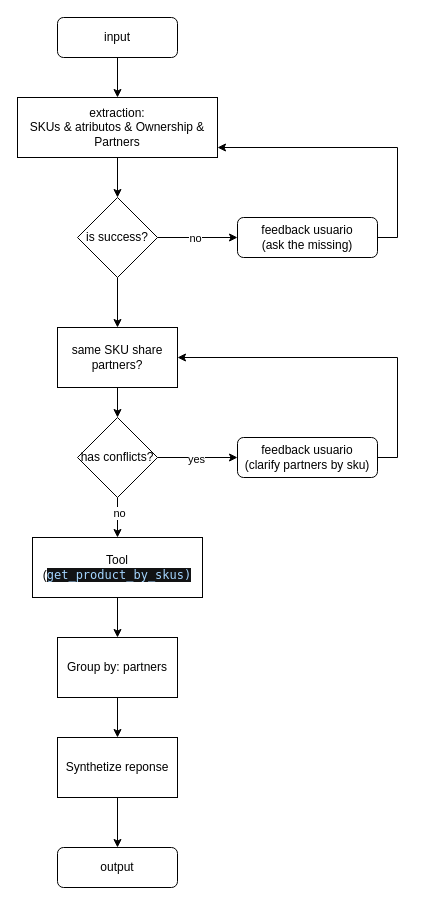
Earlier version of the draw.io diagram flow_diagrams/product_resolver.drawio (cesarcherre848/spark_agent). Source tidied: cells renumbered, new cells numbered last; positions are measured from the earlier drawing's top-left corner, leaving out a move shared by most shapes. Both pictures are drawn from the tidied source at 100%, with x=0, y=0 at pixel (17, 17).
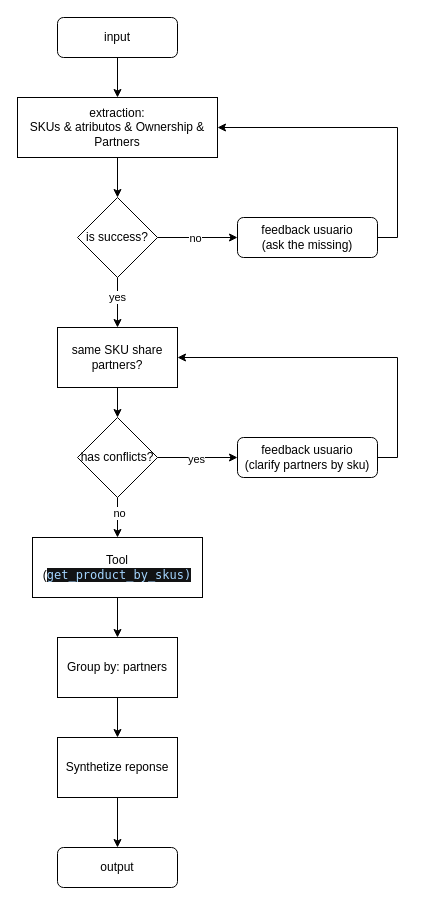
The same diagram, later.

The change refers to these unchanged cells:
```xml
<mxCell id="5" value="extraction: &lt;br&gt;SKUs &amp;amp; atributos &amp;amp; Ownership &amp;amp; Partners" style="rounded=0;whiteSpace=wrap;html=1;" parent="1" vertex="1">
  <mxGeometry y="80" width="200" height="60" as="geometry" />
</mxCell>
<mxCell id="9" value="is success?" style="rhombus;whiteSpace=wrap;html=1;shapeInside=1;" parent="1" vertex="1">
  <mxGeometry x="60" y="180" width="80" height="80" as="geometry" />
</mxCell>
<mxCell id="14" value="feedback usuario&lt;div&gt;(ask the missing)&lt;/div&gt;" style="rounded=1;whiteSpace=wrap;html=1;" parent="1" vertex="1">
  <mxGeometry x="220" y="200" width="140" height="40" as="geometry" />
</mxCell>
<mxCell id="18" value="&lt;span class=&quot;HwtZe&quot; lang=&quot;en&quot;&gt;same SKU share partners?&lt;/span&gt;" style="rounded=0;whiteSpace=wrap;html=1;" parent="1" vertex="1">
  <mxGeometry x="40" y="310" width="120" height="60" as="geometry" />
</mxCell>
```

The edit, as a diff of the source:
```diff
@@
-    <mxCell id="8" style="edgeStyle=orthogonalEdgeStyle;rounded=0;jettySize=auto;html=1;entryX=0.5;entryY=0;entryDx=0;entryDy=0;" parent="1" edge="1" source="9" target="18">
-      <mxGeometry relative="1" as="geometry" />
+    <mxCell id="8" value="yes" style="edgeStyle=orthogonalEdgeStyle;rounded=0;jettySize=auto;html=1;entryX=0.5;entryY=0;entryDx=0;entryDy=0;" parent="1" edge="1" source="9" target="18">
+      <mxGeometry x="-0.2" relative="1" as="geometry" />
     </mxCell>
@@
-    <mxCell id="13" style="edgeStyle=orthogonalEdgeStyle;rounded=0;jettySize=auto;html=1;" parent="1" edge="1" source="14">
+    <mxCell id="13" style="edgeStyle=orthogonalEdgeStyle;rounded=0;jettySize=auto;html=1;entryX=1;entryY=0.5;entryDx=0;entryDy=0;" parent="1" edge="1" source="14" target="5">
       <mxGeometry relative="1" as="geometry">
-        <mxPoint x="200" y="130" as="targetPoint" />
         <Array as="points">
-          <mxPoint x="380" y="220" />
-          <mxPoint x="380" y="130" />
-          <mxPoint x="200" y="130" />
+          <mxPoint x="380" y="220.1" />
+          <mxPoint x="380" y="110.1" />
         </Array>
       </mxGeometry>
     </mxCell>
```
